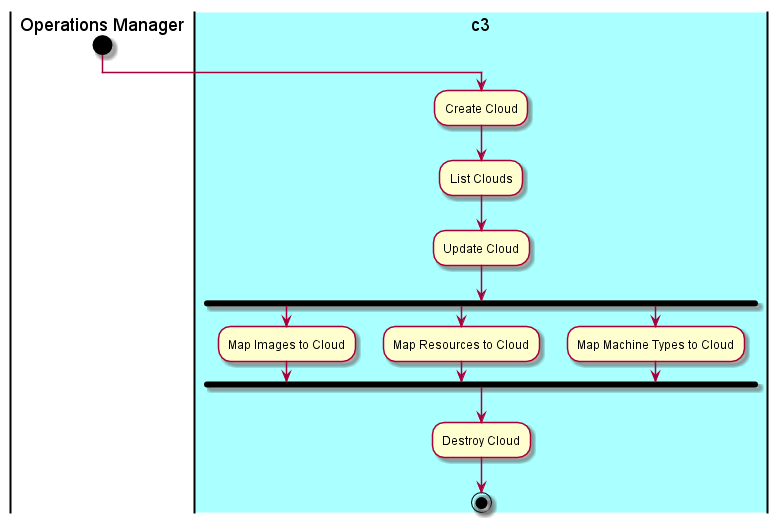
The PlantUML diagram docs/UseCases/Manage-Clouds/Activities.png in CAADE/C3, before a commit.
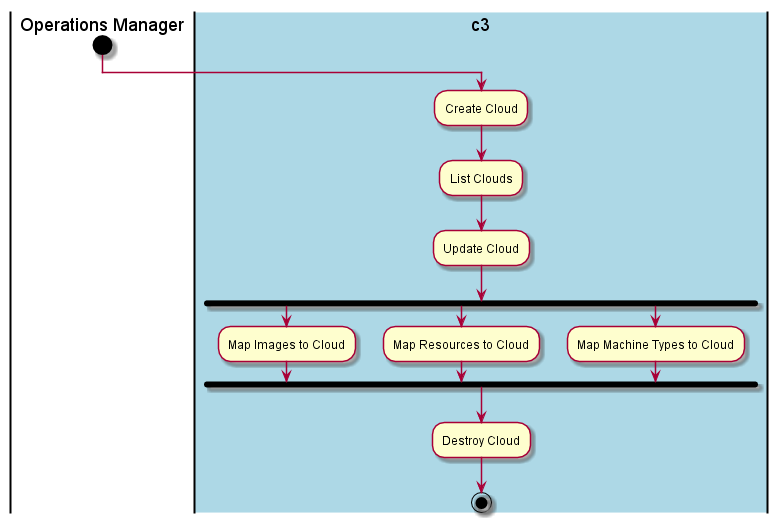
The same diagram one commit later.

What changed in the source:
```diff
@@ -1,7 +1,7 @@
 @startuml
 |Operations Manager|
 start
-|#aaffff|c3|
+|#lightblue|c3|
 :Create Cloud;
 :List Clouds;
 :Update Cloud;
```
